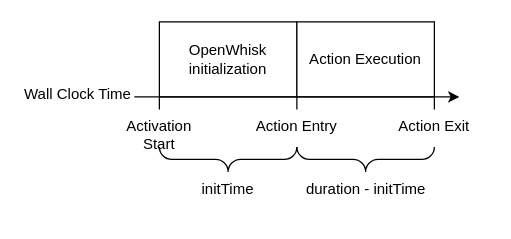
PhilippGackstatter/diploma-thesis keeps this draw.io diagram as figures/drawio/EvaluationTimeMeasurement.drawio. Above is the earlier version. Source tidied: cells renumbered, new cells numbered last; positions are measured from the earlier drawing's top-left corner, leaving out a move shared by most shapes. Both pictures are drawn from the tidied source at 125%, with x=0, y=0 at pixel (21, 21).
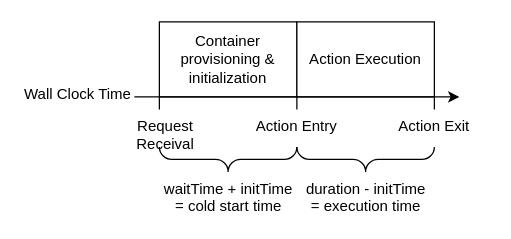
Above is the later version.

Commit message (it also covers changes not shown here):
evaluation: Rework definition of cold start time

Change to the diagram source:
```diff
@@
 <mxGraphModel>
   <root>
     <mxCell id="0" />
     <mxCell id="1" parent="0" />
-    <mxCell id="2" value="&lt;div style=&quot;font-family: &amp;#34;linux biolinum o&amp;#34;&quot;&gt;OpenWhisk initialization&lt;/div&gt;" style="rounded=0;whiteSpace=wrap;html=1;" parent="1" vertex="1">
+    <mxCell id="2" value="&lt;div style=&quot;font-family: &amp;#34;linux biolinum o&amp;#34;&quot;&gt;&lt;span&gt;Container provisioning &amp;amp; initialization&lt;/span&gt;&lt;br&gt;&lt;/div&gt;" style="rounded=0;whiteSpace=wrap;html=1;" parent="1" vertex="1">
       <mxGeometry x="110" width="110" height="60" as="geometry" />
     </mxCell>
     <mxCell id="3" value="&lt;div style=&quot;font-family: &amp;#34;linux biolinum o&amp;#34;&quot;&gt;Action Execution&lt;/div&gt;" style="rounded=0;whiteSpace=wrap;html=1;" parent="1" vertex="1">
       <mxGeometry x="220" width="110" height="60" as="geometry" />
     </mxCell>
     <mxCell id="4" style="endArrow=classic;html=1;" parent="1" edge="1">
       <mxGeometry relative="1" as="geometry">
         <mxPoint x="90" y="60" as="sourcePoint" />
         <mxPoint x="350" y="60" as="targetPoint" />
       </mxGeometry>
     </mxCell>
     <mxCell id="5" style="endArrow=none;html=1;" parent="1" edge="1">
       <mxGeometry relative="1" as="geometry">
         <mxPoint x="110" y="70" as="sourcePoint" />
         <mxPoint x="110" y="60" as="targetPoint" />
       </mxGeometry>
     </mxCell>
-    <mxCell id="6" value="&lt;span style=&quot;color: rgb(0 , 0 , 0) ; font-family: &amp;#34;linux biolinum o&amp;#34; ; font-size: 12px ; font-style: normal ; font-weight: 400 ; letter-spacing: normal ; text-indent: 0px ; text-transform: none ; word-spacing: 0px ; display: inline ; float: none ; background-color: rgb(255 , 255 , 255)&quot;&gt;Activation Start&lt;/span&gt;" style="text;whiteSpace=wrap;html=1;align=center;" parent="1" vertex="1">
-      <mxGeometry x="70" y="70" width="80" height="30" as="geometry" />
+    <mxCell id="6" value="&lt;span style=&quot;color: rgb(0 , 0 , 0) ; font-family: &amp;#34;linux biolinum o&amp;#34; ; font-size: 12px ; font-style: normal ; font-weight: 400 ; letter-spacing: normal ; text-indent: 0px ; text-transform: none ; word-spacing: 0px ; display: inline ; float: none ; background-color: rgb(255 , 255 , 255)&quot;&gt;Request Receival&lt;/span&gt;" style="text;whiteSpace=wrap;html=1;align=center;" parent="1" vertex="1">
+      <mxGeometry x="70" y="70" width="90" height="30" as="geometry" />
     </mxCell>
     <mxCell id="7" value="&lt;span style=&quot;color: rgb(0 , 0 , 0) ; font-family: &amp;#34;linux biolinum o&amp;#34; ; font-size: 12px ; font-style: normal ; font-weight: 400 ; letter-spacing: normal ; text-indent: 0px ; text-transform: none ; word-spacing: 0px ; display: inline ; float: none ; background-color: rgb(255 , 255 , 255)&quot;&gt;Action Exit&lt;/span&gt;" style="text;whiteSpace=wrap;html=1;align=center;" parent="1" vertex="1">
       <mxGeometry x="285" y="70" width="90" height="30" as="geometry" />
     </mxCell>
     <mxCell id="8" style="endArrow=none;html=1;exitX=0.5;exitY=0;exitDx=0;exitDy=0;" parent="1" edge="1" source="7">
       <mxGeometry relative="1" as="geometry">
         <mxPoint x="330" y="60" as="targetPoint" />
       </mxGeometry>
     </mxCell>
     <mxCell id="9" style="endArrow=none;html=1;" parent="1" edge="1">
       <mxGeometry relative="1" as="geometry">
         <mxPoint x="220" y="70" as="sourcePoint" />
         <mxPoint x="220" y="60" as="targetPoint" />
       </mxGeometry>
     </mxCell>
     <mxCell id="10" value="&lt;span style=&quot;color: rgb(0 , 0 , 0) ; font-family: &amp;#34;linux biolinum o&amp;#34; ; font-size: 12px ; font-style: normal ; font-weight: 400 ; letter-spacing: normal ; text-indent: 0px ; text-transform: none ; word-spacing: 0px ; display: inline ; float: none ; background-color: rgb(255 , 255 , 255)&quot;&gt;Action Entry&lt;/span&gt;" style="text;whiteSpace=wrap;html=1;align=center;" parent="1" vertex="1">
       <mxGeometry x="180" y="70" width="80" height="30" as="geometry" />
     </mxCell>
     <mxCell id="11" value="&lt;span style=&quot;color: rgb(0 , 0 , 0) ; font-family: &amp;#34;linux biolinum o&amp;#34; ; font-size: 12px ; font-style: normal ; font-weight: 400 ; letter-spacing: normal ; text-indent: 0px ; text-transform: none ; word-spacing: 0px ; display: inline ; float: none ; background-color: rgb(255 , 255 , 255)&quot;&gt;Wall Clock Time&lt;/span&gt;" style="text;whiteSpace=wrap;html=1;align=center;spacingTop=4;" parent="1" vertex="1">
       <mxGeometry y="40" width="90" height="30" as="geometry" />
     </mxCell>
     <mxCell id="12" style="verticalLabelPosition=bottom;shadow=0;dashed=0;align=center;html=1;verticalAlign=top;strokeWidth=1;shape=mxgraph.mockup.markup.curlyBrace;rounded=0;flipV=1;" parent="1" vertex="1">
       <mxGeometry x="110" y="100" width="110" height="20" as="geometry" />
     </mxCell>
     <mxCell id="13" style="verticalLabelPosition=bottom;shadow=0;dashed=0;align=center;html=1;verticalAlign=top;strokeWidth=1;shape=mxgraph.mockup.markup.curlyBrace;rounded=0;flipV=1;" parent="1" vertex="1">
       <mxGeometry x="220" y="100" width="110" height="20" as="geometry" />
     </mxCell>
-    <mxCell id="14" value="&lt;span style=&quot;color: rgb(0 , 0 , 0) ; font-family: &amp;#34;linux biolinum o&amp;#34; ; font-size: 12px ; font-style: normal ; font-weight: 400 ; letter-spacing: normal ; text-indent: 0px ; text-transform: none ; word-spacing: 0px ; display: inline ; float: none ; background-color: rgb(255 , 255 , 255)&quot;&gt;initTime&lt;/span&gt;" style="text;whiteSpace=wrap;html=1;align=center;" parent="1" vertex="1">
-      <mxGeometry x="125" y="120" width="80" height="30" as="geometry" />
+    <mxCell id="14" value="&lt;span style=&quot;color: rgb(0 , 0 , 0) ; font-family: &amp;#34;linux biolinum o&amp;#34; ; font-size: 12px ; font-style: normal ; font-weight: 400 ; letter-spacing: normal ; text-indent: 0px ; text-transform: none ; word-spacing: 0px ; display: inline ; float: none ; background-color: rgb(255 , 255 , 255)&quot;&gt;waitTime + initTime&lt;br&gt;= cold start time&lt;br&gt;&lt;/span&gt;" style="text;whiteSpace=wrap;html=1;align=center;" parent="1" vertex="1">
+      <mxGeometry x="112.5" y="120" width="105" height="30" as="geometry" />
     </mxCell>
-    <mxCell id="15" value="&lt;span style=&quot;color: rgb(0 , 0 , 0) ; font-family: &amp;#34;linux biolinum o&amp;#34; ; font-size: 12px ; font-style: normal ; font-weight: 400 ; letter-spacing: normal ; text-indent: 0px ; text-transform: none ; word-spacing: 0px ; display: inline ; float: none ; background-color: rgb(255 , 255 , 255)&quot;&gt;duration - initTime&lt;/span&gt;" style="text;whiteSpace=wrap;html=1;align=center;" parent="1" vertex="1">
+    <mxCell id="15" value="&lt;span style=&quot;color: rgb(0 , 0 , 0) ; font-family: &amp;#34;linux biolinum o&amp;#34; ; font-size: 12px ; font-style: normal ; font-weight: 400 ; letter-spacing: normal ; text-indent: 0px ; text-transform: none ; word-spacing: 0px ; display: inline ; float: none ; background-color: rgb(255 , 255 , 255)&quot;&gt;duration - initTime&lt;br&gt;= execution time&lt;br&gt;&lt;/span&gt;" style="text;whiteSpace=wrap;html=1;align=center;" parent="1" vertex="1">
       <mxGeometry x="222.5" y="120" width="105" height="30" as="geometry" />
     </mxCell>
   </root>
 </mxGraphModel>
```
